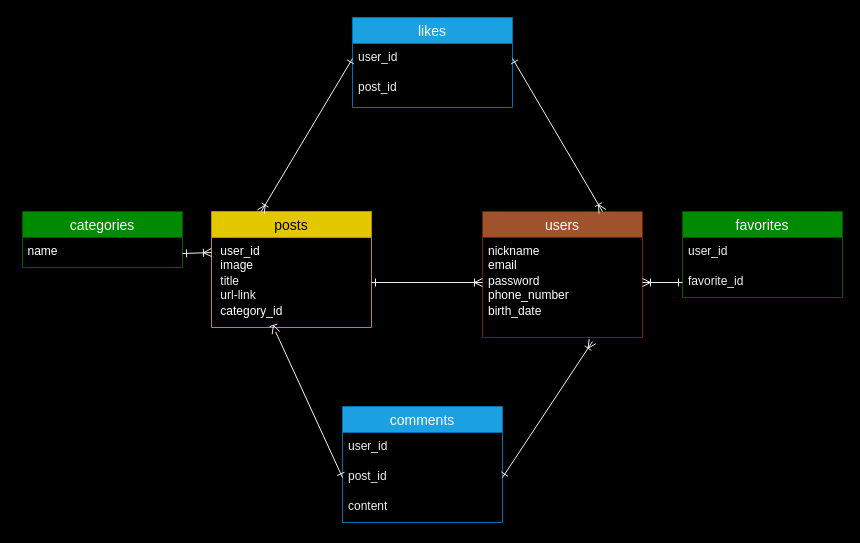
Before: ER.dio in k-en7188i/original-app1, a draw.io diagram. Source tidied: cells renumbered, new cells numbered last; positions are measured from the earlier drawing's top-left corner, leaving out a move shared by most shapes. Both pictures are drawn from the tidied source at 100%, with x=0, y=0 at pixel (17, 17).
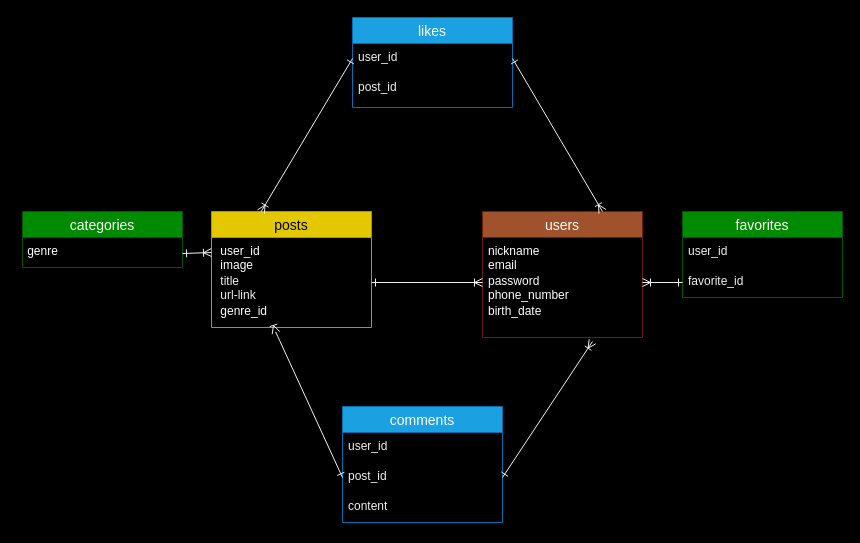
The same diagram, later.

Unchanged cells that the change refers to:
```xml
<mxCell id="2" value="posts" style="swimlane;fontStyle=0;horizontal=1;startSize=26;align=center;fontSize=14;fillColor=#e3c800;fontColor=#000000;strokeColor=#B09500;" parent="1" vertex="1">
  <mxGeometry x="194" y="194" width="160" height="116" as="geometry" />
</mxCell>
```

What changed in the source:
```diff
@@
-    <mxCell id="5" value=" category_id" style="text;strokeColor=none;fillColor=none;spacingLeft=4;spacingRight=4;overflow=hidden;points=[[0,0.5],[1,0.5]];portConstraint=eastwest;fontSize=12;fontColor=#FFFFFF;whiteSpace=wrap;" parent="2" vertex="1">
+    <mxCell id="5" value=" genre_id" style="text;strokeColor=none;fillColor=none;spacingLeft=4;spacingRight=4;overflow=hidden;points=[[0,0.5],[1,0.5]];portConstraint=eastwest;fontSize=12;fontColor=#FFFFFF;whiteSpace=wrap;" parent="2" vertex="1">
       <mxGeometry y="86" width="160" height="30" as="geometry" />
     </mxCell>
@@
-    <mxCell id="21" value="&lt;font color=&quot;#ffffff&quot;&gt;name&lt;/font&gt;" style="text;html=1;align=center;verticalAlign=middle;strokeColor=none;fillColor=none;" parent="1" vertex="1">
+    <mxCell id="21" value="&lt;font color=&quot;#ffffff&quot;&gt;genre&lt;/font&gt;" style="text;html=1;align=center;verticalAlign=middle;strokeColor=none;fillColor=none;" parent="1" vertex="1">
       <mxGeometry y="219" width="50" height="30" as="geometry" />
     </mxCell>
```
